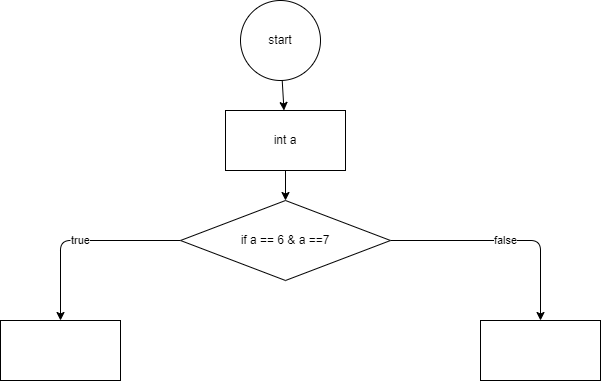
Earlier version of the draw.io export les2/exp3/diagram.drawio.png (kutuzoffmoscow/C-). Source tidied: cells renumbered, new cells last; positions are measured from the earlier drawing's top-left corner, leaving out a move shared by most shapes. Its diagram source:
```xml
<mxGraphModel>
  <root>
    <mxCell id="0" />
    <mxCell id="1" parent="0" />
    <mxCell id="2" style="edgeStyle=none;html=1;" parent="1" edge="1" source="3" target="5">
      <mxGeometry relative="1" as="geometry" />
    </mxCell>
    <mxCell id="3" value="start" style="ellipse;whiteSpace=wrap;html=1;" parent="1" vertex="1">
      <mxGeometry x="240" width="80" height="80" as="geometry" />
    </mxCell>
    <mxCell id="4" style="edgeStyle=none;html=1;" parent="1" edge="1" source="5" target="8">
      <mxGeometry relative="1" as="geometry" />
    </mxCell>
    <mxCell id="5" value="int a" style="whiteSpace=wrap;html=1;" parent="1" vertex="1">
      <mxGeometry x="225" y="110" width="120" height="60" as="geometry" />
    </mxCell>
    <mxCell id="6" value="true" style="edgeStyle=none;html=1;" parent="1" edge="1" source="8" target="9">
      <mxGeometry relative="1" as="geometry">
        <Array as="points">
          <mxPoint x="60" y="240" />
        </Array>
      </mxGeometry>
    </mxCell>
    <mxCell id="7" value="false" style="edgeStyle=none;html=1;" parent="1" edge="1" source="8" target="10">
      <mxGeometry relative="1" as="geometry">
        <Array as="points">
          <mxPoint x="540" y="240" />
        </Array>
      </mxGeometry>
    </mxCell>
    <mxCell id="8" value="if a == 6 &amp;amp; a ==7" style="rhombus;whiteSpace=wrap;html=1;" parent="1" vertex="1">
      <mxGeometry x="180" y="200" width="210" height="80" as="geometry" />
    </mxCell>
    <mxCell id="9" style="whiteSpace=wrap;html=1;" parent="1" vertex="1">
      <mxGeometry y="320" width="120" height="60" as="geometry" />
    </mxCell>
    <mxCell id="10" style="whiteSpace=wrap;html=1;" parent="1" vertex="1">
      <mxGeometry x="480" y="320" width="120" height="60" as="geometry" />
    </mxCell>
  </root>
</mxGraphModel>
```
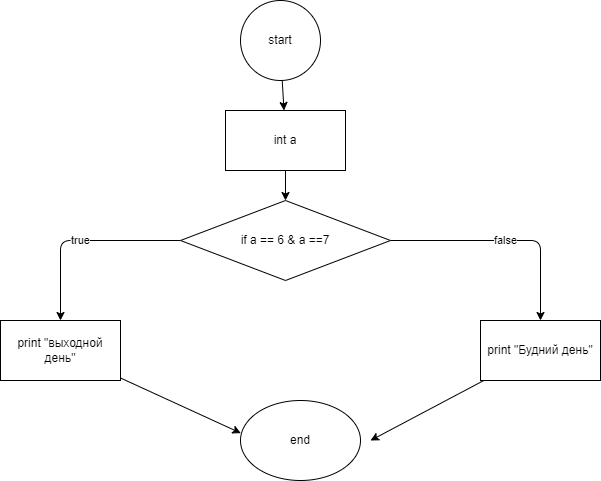
After the change.

Commit message:
добавил ссылки

Diff of the diagram source:
```diff
@@ -31,11 +31,22 @@
     <mxCell id="8" value="if a == 6 &amp;amp; a ==7" style="rhombus;whiteSpace=wrap;html=1;" parent="1" vertex="1">
       <mxGeometry x="180" y="200" width="210" height="80" as="geometry" />
     </mxCell>
+    <mxCell id="11" style="edgeStyle=none;html=1;entryX=0.003;entryY=0.408;entryDx=0;entryDy=0;entryPerimeter=0;" parent="1" edge="1" source="9" target="13">
+      <mxGeometry relative="1" as="geometry" />
+    </mxCell>
-    <mxCell id="9" style="whiteSpace=wrap;html=1;" parent="1" vertex="1">
+    <mxCell id="9" value="print &quot;выходной день&quot;" style="whiteSpace=wrap;html=1;" parent="1" vertex="1">
       <mxGeometry y="320" width="120" height="60" as="geometry" />
     </mxCell>
+    <mxCell id="12" style="edgeStyle=none;html=1;" parent="1" edge="1" source="10">
+      <mxGeometry relative="1" as="geometry">
+        <mxPoint x="370" y="440" as="targetPoint" />
+      </mxGeometry>
+    </mxCell>
-    <mxCell id="10" style="whiteSpace=wrap;html=1;" parent="1" vertex="1">
+    <mxCell id="10" value="print &quot;Будний день&quot;" style="whiteSpace=wrap;html=1;" parent="1" vertex="1">
       <mxGeometry x="480" y="320" width="120" height="60" as="geometry" />
     </mxCell>
+    <mxCell id="13" value="end" style="ellipse;whiteSpace=wrap;html=1;" parent="1" vertex="1">
+      <mxGeometry x="240" y="400" width="120" height="80" as="geometry" />
+    </mxCell>
   </root>
 </mxGraphModel>
```
